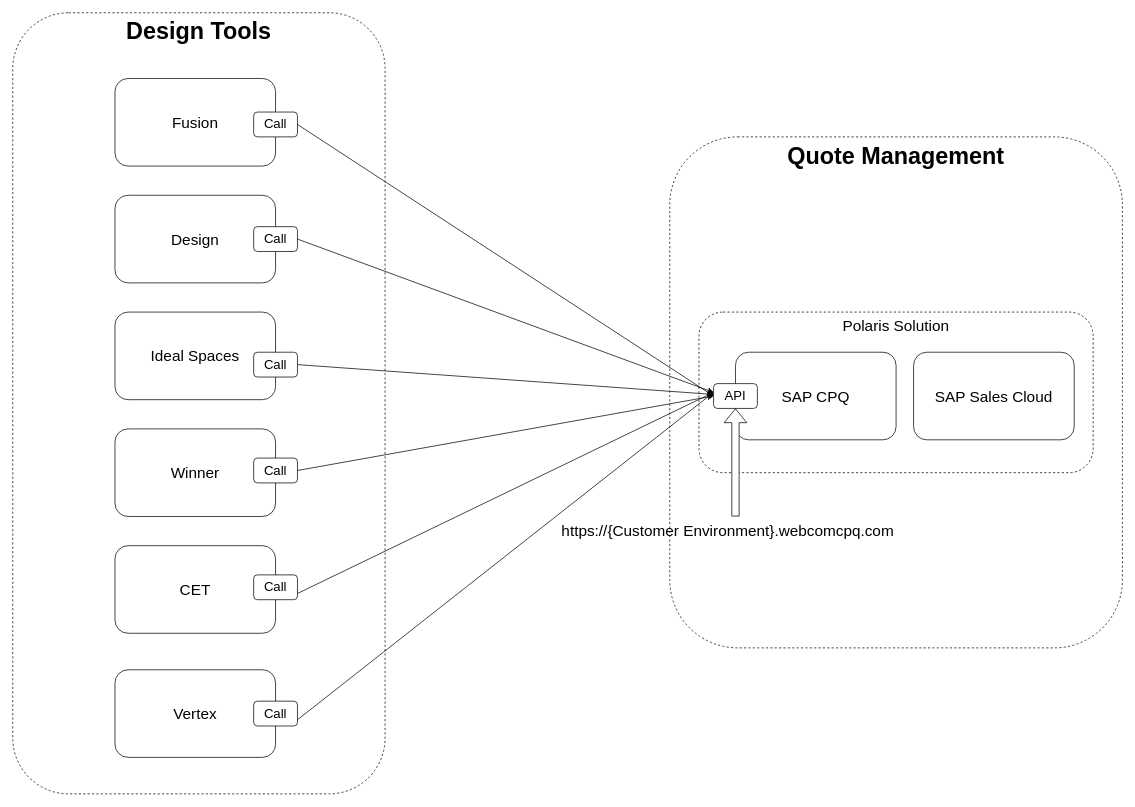
The draw.io diagram page "Option 1- Direct" (6 of 7) of Drawing_Tool_Integration.drawio in mrf742002/Diagrams, before the edit. Source tidied: cells renumbered, new cells numbered last; positions are measured from the earlier drawing's top-left corner, leaving out a move shared by most shapes. Both pictures are drawn from the tidied source at 73%, with x=0, y=0 at pixel (12, 12).
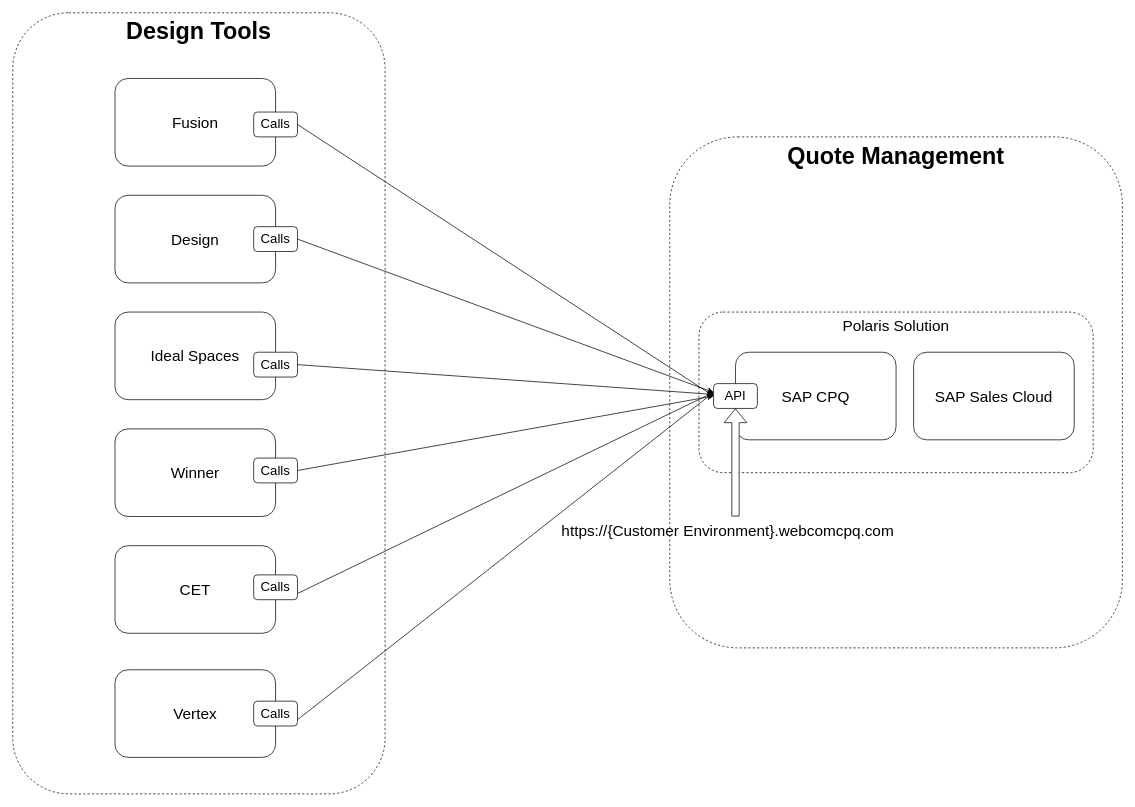
The same diagram, later.

Change to the diagram source:
```diff
@@
-    <mxCell id="15" value="Call" style="rounded=1;whiteSpace=wrap;html=1;fontSize=18;" parent="1" vertex="1">
+    <mxCell id="15" value="Calls" style="rounded=1;whiteSpace=wrap;html=1;fontSize=18;" parent="1" vertex="1">
       <mxGeometry x="330" y="136" width="60" height="34" as="geometry" />
     </mxCell>
@@
-    <mxCell id="17" value="Call" style="rounded=1;whiteSpace=wrap;html=1;fontSize=18;" parent="1" vertex="1">
+    <mxCell id="17" value="Calls" style="rounded=1;whiteSpace=wrap;html=1;fontSize=18;" parent="1" vertex="1">
       <mxGeometry x="330" y="293" width="60" height="34" as="geometry" />
     </mxCell>
@@
-    <mxCell id="19" value="Call" style="rounded=1;whiteSpace=wrap;html=1;fontSize=18;" parent="1" vertex="1">
+    <mxCell id="19" value="Calls" style="rounded=1;whiteSpace=wrap;html=1;fontSize=18;" parent="1" vertex="1">
       <mxGeometry x="330" y="465" width="60" height="34" as="geometry" />
     </mxCell>
@@
-    <mxCell id="21" value="Call" style="rounded=1;whiteSpace=wrap;html=1;fontSize=18;" parent="1" vertex="1">
+    <mxCell id="21" value="Calls" style="rounded=1;whiteSpace=wrap;html=1;fontSize=18;" parent="1" vertex="1">
       <mxGeometry x="330" y="610" width="60" height="34" as="geometry" />
     </mxCell>
@@
-    <mxCell id="23" value="Call" style="rounded=1;whiteSpace=wrap;html=1;fontSize=18;" parent="1" vertex="1">
+    <mxCell id="23" value="Calls" style="rounded=1;whiteSpace=wrap;html=1;fontSize=18;" parent="1" vertex="1">
       <mxGeometry x="330" y="770" width="60" height="34" as="geometry" />
     </mxCell>
@@
-    <mxCell id="25" value="Call" style="rounded=1;whiteSpace=wrap;html=1;fontSize=18;" parent="1" vertex="1">
+    <mxCell id="25" value="Calls" style="rounded=1;whiteSpace=wrap;html=1;fontSize=18;" parent="1" vertex="1">
       <mxGeometry x="330" y="943" width="60" height="34" as="geometry" />
     </mxCell>
```
